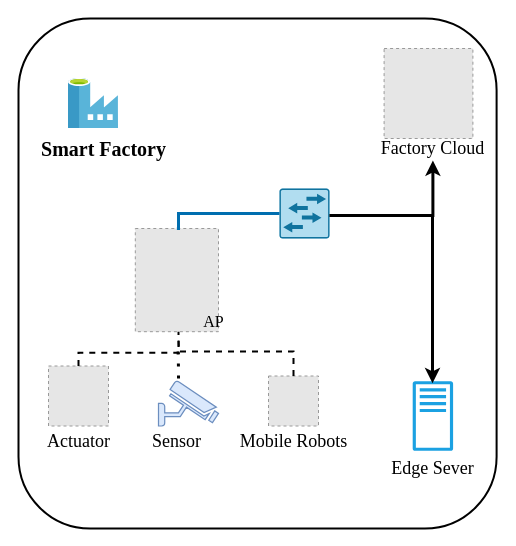
lck666666/2021RTSS keeps this draw.io diagram as Untitled Diagram.drawio. Above is the earlier version. Source tidied: cells renumbered, new cells numbered last; positions are measured from the earlier drawing's top-left corner, leaving out a move shared by most shapes. Both pictures are drawn from the tidied source at 100%, with x=0, y=0 at pixel (18, 18). Pictures stored in the file or linked from it are replaced by grey dashed boxes.
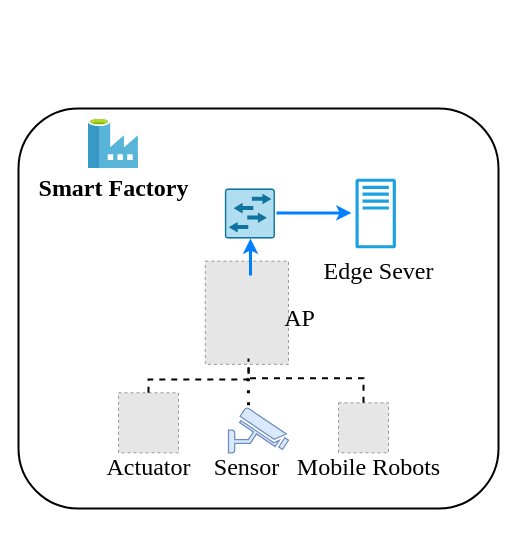
After the change.

The edit, as a diff of the source:
```diff
@@
     <mxCell id="2" style="rounded=1;whiteSpace=wrap;html=1;fontColor=#7EA6E0;shadow=0;strokeWidth=2;" parent="1" vertex="1">
-      <mxGeometry width="478.1" height="510" as="geometry" />
+      <mxGeometry y="90" width="480" height="400" as="geometry" />
     </mxCell>
-    <mxCell id="3" style="edgeStyle=orthogonalEdgeStyle;rounded=0;orthogonalLoop=1;jettySize=auto;html=1;exitX=1;exitY=0.5;exitDx=0;exitDy=0;exitPerimeter=0;entryX=0.5;entryY=1;entryDx=0;entryDy=0;fontColor=#7EA6E0;strokeWidth=3;" parent="1" edge="1">
-      <mxGeometry relative="1" as="geometry">
-        <mxPoint x="311" y="197" as="sourcePoint" />
-        <mxPoint x="414.4" y="142" as="targetPoint" />
-        <Array as="points">
-          <mxPoint x="414" y="197" />
-        </Array>
-      </mxGeometry>
-    </mxCell>
     <mxCell id="4" style="points=[[0.015,0.015,0],[0.985,0.015,0],[0.985,0.985,0],[0.015,0.985,0],[0.25,0,0],[0.5,0,0],[0.75,0,0],[1,0.25,0],[1,0.5,0],[1,0.75,0],[0.75,1,0],[0.5,1,0],[0.25,1,0],[0,0.75,0],[0,0.5,0],[0,0.25,0]];verticalLabelPosition=bottom;html=1;verticalAlign=top;align=center;shape=mxgraph.cisco19.rect;prIcon=l2_switch;fillColor=#b1ddf0;strokeColor=#10739e;" parent="1" vertex="1">
-      <mxGeometry x="261" y="170" width="50" height="50" as="geometry" />
+      <mxGeometry x="206.4" y="170" width="50" height="50" as="geometry" />
     </mxCell>
-    <mxCell id="5" style="fillColor=#1ba1e2;strokeColor=#006EAF;dashed=0;verticalLabelPosition=bottom;verticalAlign=top;align=center;html=1;fontSize=12;fontStyle=0;shape=mxgraph.aws4.traditional_server;fontColor=#ffffff;" parent="1" vertex="1">
-      <mxGeometry x="394.2" y="362.5" width="40.4" height="70" as="geometry" />
-    </mxCell>
-    <mxCell id="6" style="fillColor=#E6E6E6;strokeColor=#999999;dashed=1;verticalLabelPosition=bottom;labelBackgroundColor=#ffffff;verticalAlign=top;" parent="1" vertex="1">
-      <mxGeometry x="365.6" y="30" width="88.8" height="90" as="geometry" />
-    </mxCell>
     <mxCell id="7" style="fillColor=#E6E6E6;strokeColor=#999999;dashed=1;verticalLabelPosition=bottom;labelBackgroundColor=#ffffff;verticalAlign=top;" parent="1" vertex="1">
-      <mxGeometry x="116.8" y="210" width="83.2" height="103.2" as="geometry" />
+      <mxGeometry x="186.8" y="242.6" width="83.2" height="103.2" as="geometry" />
     </mxCell>
     <mxCell id="8" style="fillColor=#E6E6E6;strokeColor=#999999;dashed=1;html=1;verticalAlign=top;verticalLabelPosition=bottom;labelBackgroundColor=#ffffff;" parent="1" vertex="1">
-      <mxGeometry x="30" y="347.5" width="60" height="60" as="geometry" />
+      <mxGeometry x="100" y="374.3" width="60" height="60" as="geometry" />
     </mxCell>
     <mxCell id="9" style="fillColor=#E6E6E6;strokeColor=#999999;dashed=1;html=1;verticalAlign=top;verticalLabelPosition=bottom;labelBackgroundColor=#ffffff;fontColor=#7EA6E0;" parent="1" vertex="1">
-      <mxGeometry x="250" y="357.5" width="50" height="50" as="geometry" />
+      <mxGeometry x="320" y="384.3" width="50" height="50" as="geometry" />
     </mxCell>
     <mxCell id="10" style="verticalAlign=top;verticalLabelPosition=bottom;labelPosition=center;align=center;html=1;fillColor=#dae8fc;strokeColor=#6c8ebf;gradientDirection=north;strokeWidth=2;shape=mxgraph.networks.security_camera;" parent="1" vertex="1">
-      <mxGeometry x="140" y="362.5" width="60" height="45" as="geometry" />
+      <mxGeometry x="210" y="389.3" width="60" height="45" as="geometry" />
     </mxCell>
     <mxCell id="11" style="html=1;align=center;image;fontSize=12;image=img/lib/mscae/Data_Factory.svg;" parent="1" vertex="1">
-      <mxGeometry x="50" y="60" width="50" height="50" as="geometry" />
+      <mxGeometry x="70" y="100" width="50" height="50" as="geometry" />
     </mxCell>
     <mxCell id="12" style="endArrow=none;dashed=1;html=1;rounded=0;edgeStyle=orthogonalEdgeStyle;fontColor=#7EA6E0;exitX=0.5;exitY=0;exitDx=0;exitDy=0;strokeWidth=2;" parent="1" edge="1" source="8">
       <mxGeometry relative="1" as="geometry">
-        <mxPoint x="160" y="320" as="targetPoint" />
+        <mxPoint x="230" y="346.8" as="targetPoint" />
       </mxGeometry>
     </mxCell>
     <mxCell id="13" style="endArrow=none;dashed=1;html=1;rounded=0;edgeStyle=orthogonalEdgeStyle;fontColor=#7EA6E0;strokeWidth=2;exitX=0.5;exitY=0;exitDx=0;exitDy=0;" parent="1" edge="1" source="9">
       <mxGeometry relative="1" as="geometry">
-        <mxPoint x="160" y="313.2" as="targetPoint" />
+        <mxPoint x="230" y="340" as="targetPoint" />
         <Array as="points">
-          <mxPoint x="275" y="333" />
-          <mxPoint x="160" y="333" />
+          <mxPoint x="345" y="359.8" />
+          <mxPoint x="230" y="359.8" />
         </Array>
       </mxGeometry>
     </mxCell>
     <mxCell id="14" style="endArrow=none;dashed=1;html=1;dashPattern=1 3;strokeWidth=3;rounded=0;edgeStyle=orthogonalEdgeStyle;fontColor=#7EA6E0;" parent="1" edge="1">
       <mxGeometry relative="1" as="geometry">
-        <mxPoint x="160" y="360" as="sourcePoint" />
-        <mxPoint x="159.5" y="330" as="targetPoint" />
+        <mxPoint x="230" y="386.8" as="sourcePoint" />
+        <mxPoint x="229.5" y="356.8" as="targetPoint" />
         <Array as="points">
-          <mxPoint x="160" y="350" />
+          <mxPoint x="230" y="376.8" />
         </Array>
       </mxGeometry>
     </mxCell>
-    <mxCell id="15" style="endArrow=none;html=1;rounded=0;edgeStyle=orthogonalEdgeStyle;fontColor=#7EA6E0;strokeWidth=3;entryX=0;entryY=0.5;entryDx=0;entryDy=0;entryPerimeter=0;exitX=0.5;exitY=0;exitDx=0;exitDy=0;fillColor=#1ba1e2;strokeColor=#006EAF;" parent="1" edge="1" source="7" target="4">
-      <mxGeometry relative="1" as="geometry">
-        <Array as="points">
-          <mxPoint x="160" y="210" />
-          <mxPoint x="160" y="195" />
-        </Array>
-      </mxGeometry>
-    </mxCell>
-    <mxCell id="16" style="endArrow=classic;html=1;rounded=0;edgeStyle=orthogonalEdgeStyle;fontColor=#7EA6E0;strokeWidth=3;exitX=1;exitY=0.5;exitDx=0;exitDy=0;exitPerimeter=0;" parent="1" edge="1">
-      <mxGeometry relative="1" as="geometry">
-        <mxPoint x="311" y="197" as="sourcePoint" />
-        <mxPoint x="414" y="364.8" as="targetPoint" />
-        <Array as="points">
-          <mxPoint x="414" y="197" />
-        </Array>
-      </mxGeometry>
-    </mxCell>
-    <mxCell id="17" value="&lt;font face=&quot;Times New Roman&quot; style=&quot;font-size: 20px&quot; color=&quot;#000000&quot;&gt;&lt;b&gt;Smart Factory&lt;/b&gt;&lt;/font&gt;" style="text;html=1;align=center;verticalAlign=middle;fillColor=none;strokeColor=none;rounded=0;fontColor=#7EA6E0;" parent="1" vertex="1">
-      <mxGeometry x="15" y="120" width="140" height="20" as="geometry" />
+    <mxCell id="17" value="&lt;font face=&quot;Times New Roman&quot; color=&quot;#000000&quot; size=&quot;1&quot;&gt;&lt;b style=&quot;font-size: 24px&quot;&gt;Smart Factory&lt;/b&gt;&lt;/font&gt;" style="text;html=1;align=center;verticalAlign=middle;fillColor=none;strokeColor=none;rounded=0;fontColor=#7EA6E0;" parent="1" vertex="1">
+      <mxGeometry x="10" y="160" width="170" height="20" as="geometry" />
     </mxCell>
-    <mxCell id="18" value="&lt;font face=&quot;Times New Roman&quot; color=&quot;#000000&quot; style=&quot;font-size: 18px&quot;&gt;Actuator&lt;/font&gt;" style="text;html=1;align=center;verticalAlign=middle;fillColor=none;strokeColor=none;rounded=0;shadow=0;fontColor=#7EA6E0;" parent="1" vertex="1">
-      <mxGeometry x="20" y="412.5" width="80" height="20" as="geometry" />
+    <mxCell id="18" value="&lt;font face=&quot;Times New Roman&quot; color=&quot;#000000&quot; style=&quot;font-size: 24px&quot;&gt;Actuator&lt;/font&gt;" style="text;html=1;align=center;verticalAlign=middle;fillColor=none;strokeColor=none;rounded=0;shadow=0;fontColor=#7EA6E0;" parent="1" vertex="1">
+      <mxGeometry x="80" y="439.3" width="100" height="20" as="geometry" />
     </mxCell>
-    <mxCell id="19" value="&lt;font color=&quot;#000000&quot; face=&quot;Times New Roman&quot; style=&quot;font-size: 18px&quot;&gt;Sensor&lt;/font&gt;" style="text;html=1;align=center;verticalAlign=middle;fillColor=none;strokeColor=none;rounded=0;shadow=0;fontColor=#7EA6E0;" parent="1" vertex="1">
-      <mxGeometry x="128.4" y="412.5" width="60" height="20" as="geometry" />
+    <mxCell id="19" value="&lt;font color=&quot;#000000&quot; face=&quot;Times New Roman&quot; style=&quot;font-size: 24px&quot;&gt;Sensor&lt;/font&gt;" style="text;html=1;align=center;verticalAlign=middle;fillColor=none;strokeColor=none;rounded=0;shadow=0;fontColor=#7EA6E0;" parent="1" vertex="1">
+      <mxGeometry x="188.4" y="439.3" width="80" height="20" as="geometry" />
     </mxCell>
-    <mxCell id="20" value="&lt;font color=&quot;#000000&quot; face=&quot;Times New Roman&quot; style=&quot;font-size: 18px&quot;&gt;Mobile Robots&lt;/font&gt;" style="text;html=1;align=center;verticalAlign=middle;fillColor=none;strokeColor=none;rounded=0;shadow=0;fontColor=#7EA6E0;" parent="1" vertex="1">
-      <mxGeometry x="215" y="412.5" width="120" height="20" as="geometry" />
+    <mxCell id="20" value="&lt;font color=&quot;#000000&quot; face=&quot;Times New Roman&quot; style=&quot;font-size: 24px&quot;&gt;Mobile Robots&lt;/font&gt;" style="text;html=1;align=center;verticalAlign=middle;fillColor=none;strokeColor=none;rounded=0;shadow=0;fontColor=#7EA6E0;" parent="1" vertex="1">
+      <mxGeometry x="270" y="439.3" width="160" height="20" as="geometry" />
     </mxCell>
-    <mxCell id="21" value="&lt;font color=&quot;#000000&quot; face=&quot;Times New Roman&quot; style=&quot;font-size: 18px&quot;&gt;Edge Sever&lt;/font&gt;" style="text;html=1;align=center;verticalAlign=middle;fillColor=none;strokeColor=none;rounded=0;shadow=0;fontColor=#7EA6E0;" parent="1" vertex="1">
-      <mxGeometry x="364.4" y="440" width="100" height="20" as="geometry" />
+    <mxCell id="21" value="&lt;font color=&quot;#000000&quot; face=&quot;Times New Roman&quot; style=&quot;font-size: 24px&quot;&gt;Edge Sever&lt;/font&gt;" style="text;html=1;align=center;verticalAlign=middle;fillColor=none;strokeColor=none;rounded=0;shadow=0;fontColor=#7EA6E0;" parent="1" vertex="1">
+      <mxGeometry x="295" y="242.6" width="130" height="20" as="geometry" />
     </mxCell>
-    <mxCell id="22" value="&lt;font color=&quot;#000000&quot; face=&quot;Times New Roman&quot; style=&quot;font-size: 18px&quot;&gt;Factory Cloud&lt;/font&gt;" style="text;html=1;align=center;verticalAlign=middle;fillColor=none;strokeColor=none;rounded=0;shadow=0;fontColor=#7EA6E0;" parent="1" vertex="1">
-      <mxGeometry x="354.4" y="120" width="120" height="20" as="geometry" />
-    </mxCell>
-    <mxCell id="23" value="&lt;font color=&quot;#000000&quot; face=&quot;Times New Roman&quot; style=&quot;font-size: 16px&quot;&gt;AP&lt;/font&gt;" style="text;html=1;align=center;verticalAlign=middle;fillColor=none;strokeColor=none;rounded=0;shadow=0;fontColor=#7EA6E0;" parent="1" vertex="1">
-      <mxGeometry x="175" y="293.2" width="40" height="20" as="geometry" />
+    <mxCell id="23" value="&lt;font color=&quot;#000000&quot; face=&quot;Times New Roman&quot; style=&quot;font-size: 24px&quot;&gt;AP&lt;/font&gt;" style="text;html=1;align=center;verticalAlign=middle;fillColor=none;strokeColor=none;rounded=0;shadow=0;fontColor=#7EA6E0;" parent="1" vertex="1">
+      <mxGeometry x="256.4" y="290" width="50" height="20" as="geometry" />
     </mxCell>
+    <mxCell id="24" style="endArrow=classic;html=1;strokeColor=#007FFF;strokeWidth=3;" parent="1" edge="1">
+      <mxGeometry relative="1" as="geometry">
+        <mxPoint x="232" y="257" as="sourcePoint" />
+        <mxPoint x="232" y="220" as="targetPoint" />
+      </mxGeometry>
+    </mxCell>
+    <mxCell id="5" style="fillColor=#1ba1e2;strokeColor=#006EAF;dashed=0;verticalLabelPosition=bottom;verticalAlign=top;align=center;html=1;fontSize=12;fontStyle=0;shape=mxgraph.aws4.traditional_server;fontColor=#ffffff;" parent="1" vertex="1">
+      <mxGeometry x="337" y="160" width="40.4" height="70" as="geometry" />
+    </mxCell>
+    <mxCell id="25" style="endArrow=classic;html=1;strokeColor=#007FFF;strokeWidth=3;" parent="1" edge="1">
+      <mxGeometry relative="1" as="geometry">
+        <mxPoint x="258" y="194.4" as="sourcePoint" />
+        <mxPoint x="333" y="194.4" as="targetPoint" />
+      </mxGeometry>
+    </mxCell>
```
